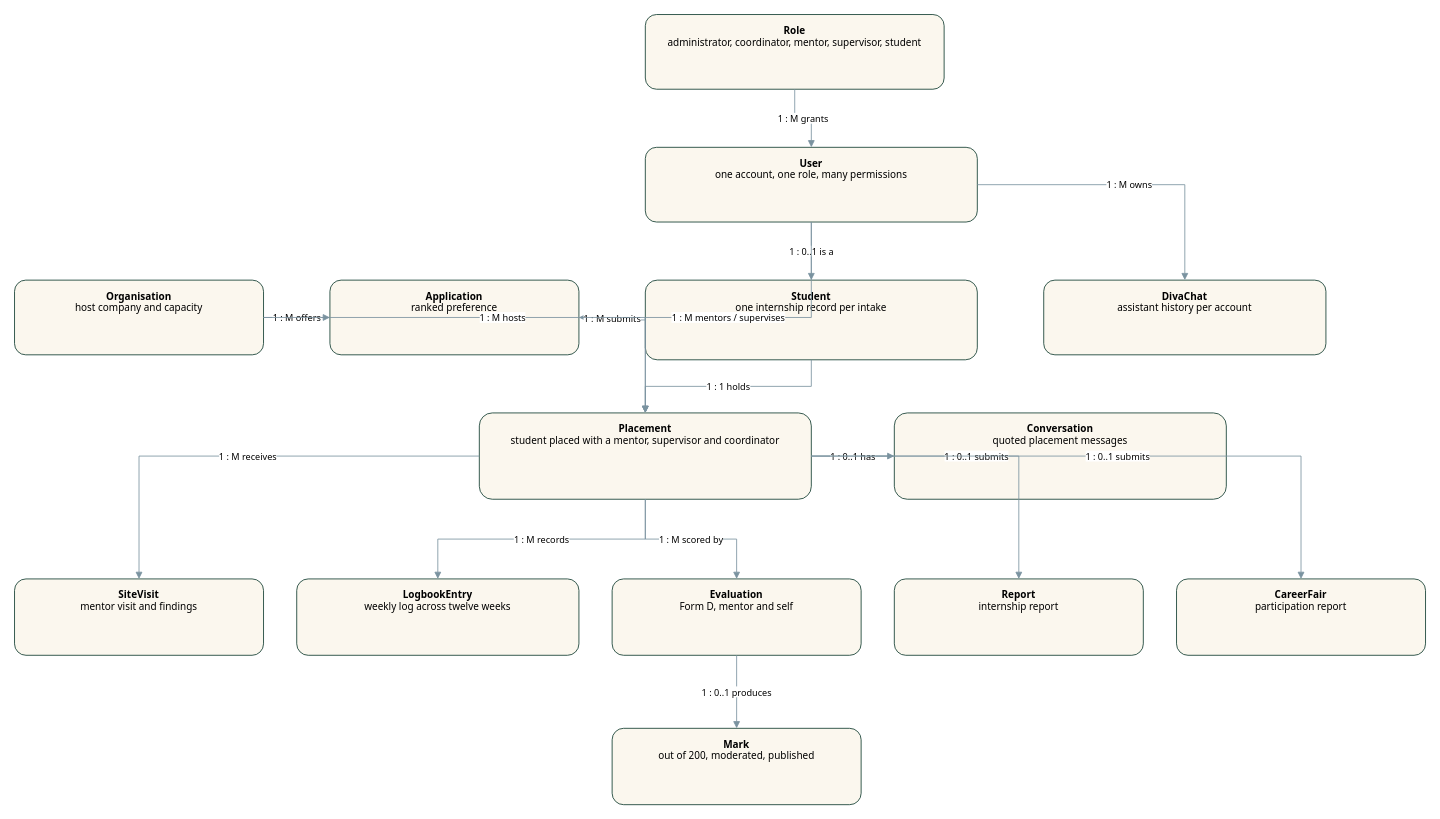
The draw.io diagram REPORT/figures/Figure_01_Conceptual_ERD.drawio in EssenceShady/Digital_LEAP_Assignment3_Group_G, before the edit. Source tidied: cells renumbered, new cells numbered last; positions are measured from the earlier drawing's top-left corner, leaving out a move shared by most shapes. Both pictures are drawn from the tidied source at 83%, with x=0, y=0 at pixel (14, 14).
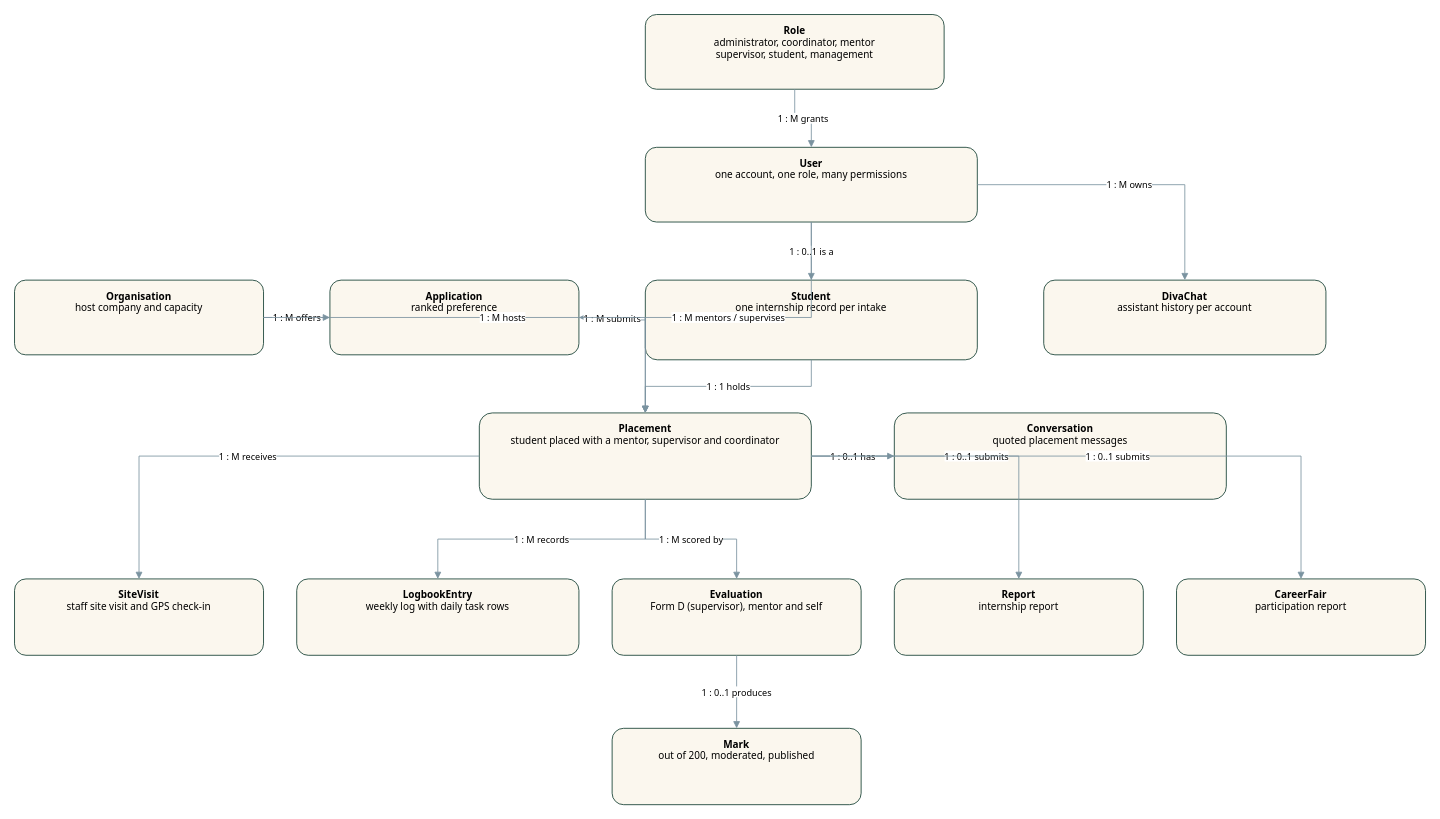
The same page after the edit.

Commit message (it also covers changes not shown here):
Correct the figure set and rebuild the report around it

What changed in the source:
```diff
@@
-    <mxCell id="2" value="&lt;b&gt;Role&lt;/b&gt;&lt;br&gt;administrator, coordinator, mentor, supervisor, student" style="rounded=1;whiteSpace=wrap;html=1;align=center;verticalAlign=top;spacingTop=6;fontFamily=Tahoma;fontSize=12;fillColor=#FBF7EE;strokeColor=#0F3B2E;" parent="1" vertex="1">
+    <mxCell id="2" value="&lt;b&gt;Role&lt;/b&gt;&lt;br&gt;administrator, coordinator, mentor&lt;br&gt;supervisor, student, management" style="rounded=1;whiteSpace=wrap;html=1;align=center;verticalAlign=top;spacingTop=6;fontFamily=Tahoma;fontSize=12;fillColor=#FBF7EE;strokeColor=#0F3B2E;" parent="1" vertex="1">
       <mxGeometry x="760" width="360" height="90" as="geometry" />
     </mxCell>
@@
-    <mxCell id="10" value="&lt;b&gt;SiteVisit&lt;/b&gt;&lt;br&gt;mentor visit and findings" style="rounded=1;whiteSpace=wrap;html=1;align=center;verticalAlign=top;spacingTop=6;fontFamily=Tahoma;fontSize=12;fillColor=#FBF7EE;strokeColor=#0F3B2E;" parent="1" vertex="1">
+    <mxCell id="10" value="&lt;b&gt;SiteVisit&lt;/b&gt;&lt;br&gt;staff site visit and GPS check-in" style="rounded=1;whiteSpace=wrap;html=1;align=center;verticalAlign=top;spacingTop=6;fontFamily=Tahoma;fontSize=12;fillColor=#FBF7EE;strokeColor=#0F3B2E;" parent="1" vertex="1">
       <mxGeometry y="680" width="300" height="92" as="geometry" />
     </mxCell>
-    <mxCell id="11" value="&lt;b&gt;LogbookEntry&lt;/b&gt;&lt;br&gt;weekly log across twelve weeks" style="rounded=1;whiteSpace=wrap;html=1;align=center;verticalAlign=top;spacingTop=6;fontFamily=Tahoma;fontSize=12;fillColor=#FBF7EE;strokeColor=#0F3B2E;" parent="1" vertex="1">
+    <mxCell id="11" value="&lt;b&gt;LogbookEntry&lt;/b&gt;&lt;br&gt;weekly log with daily task rows" style="rounded=1;whiteSpace=wrap;html=1;align=center;verticalAlign=top;spacingTop=6;fontFamily=Tahoma;fontSize=12;fillColor=#FBF7EE;strokeColor=#0F3B2E;" parent="1" vertex="1">
       <mxGeometry x="340" y="680" width="340" height="92" as="geometry" />
     </mxCell>
-    <mxCell id="12" value="&lt;b&gt;Evaluation&lt;/b&gt;&lt;br&gt;Form D, mentor and self" style="rounded=1;whiteSpace=wrap;html=1;align=center;verticalAlign=top;spacingTop=6;fontFamily=Tahoma;fontSize=12;fillColor=#FBF7EE;strokeColor=#0F3B2E;" parent="1" vertex="1">
+    <mxCell id="12" value="&lt;b&gt;Evaluation&lt;/b&gt;&lt;br&gt;Form D (supervisor), mentor and self" style="rounded=1;whiteSpace=wrap;html=1;align=center;verticalAlign=top;spacingTop=6;fontFamily=Tahoma;fontSize=12;fillColor=#FBF7EE;strokeColor=#0F3B2E;" parent="1" vertex="1">
       <mxGeometry x="720" y="680" width="300" height="92" as="geometry" />
     </mxCell>
```
